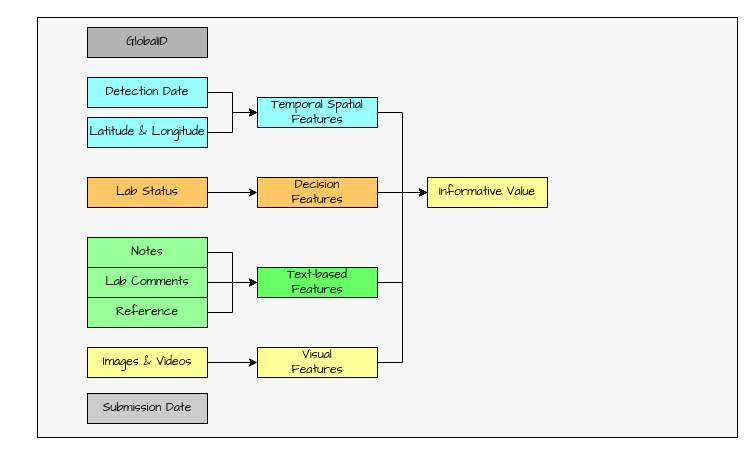
Earlier version of the draw.io diagram 4Output/workflow.drawio (yaohaizhou/MCM). Source tidied: cells renumbered, new cells numbered last; positions are measured from the earlier drawing's top-left corner, leaving out a move shared by most shapes. Both pictures are drawn from the tidied source at 100%, with x=0, y=0 at pixel (37, 17).
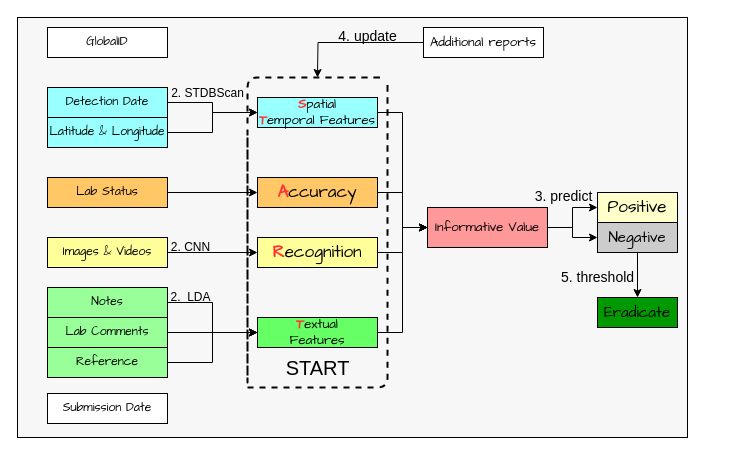
Above is the later version.

Change to the diagram source:
```diff
@@
     <mxCell id="2" style="rounded=0;whiteSpace=wrap;html=1;fillColor=#F7F7F7;fontFamily=Comic Sans MS;" parent="1" vertex="1">
-      <mxGeometry width="700" height="420" as="geometry" />
+      <mxGeometry x="-20" width="670" height="420" as="geometry" />
     </mxCell>
-    <mxCell id="3" value="GlobalID" style="rounded=0;whiteSpace=wrap;html=1;fillColor=#B3B3B3;fontFamily=Comic Sans MS;" parent="1" vertex="1">
-      <mxGeometry x="50" y="10" width="120" height="30" as="geometry" />
+    <mxCell id="3" value="GlobalID" style="rounded=0;whiteSpace=wrap;html=1;fillColor=#FFFFFF;fontFamily=Comic Sans MS;" parent="1" vertex="1">
+      <mxGeometry x="10" y="10" width="120" height="30" as="geometry" />
     </mxCell>
-    <mxCell id="4" style="edgeStyle=orthogonalEdgeStyle;rounded=0;jettySize=auto;html=1;exitX=1;exitY=0.5;exitDx=0;exitDy=0;entryX=0;entryY=0.5;entryDx=0;entryDy=0;fontFamily=Comic Sans MS;" parent="1" edge="1" source="5" target="18">
-      <mxGeometry relative="1" as="geometry" />
-    </mxCell>
     <mxCell id="5" value="Detection Date" style="rounded=0;whiteSpace=wrap;html=1;fillColor=#99FFFF;fontFamily=Comic Sans MS;" parent="1" vertex="1">
-      <mxGeometry x="50" y="60" width="120" height="30" as="geometry" />
+      <mxGeometry x="10" y="70" width="120" height="30" as="geometry" />
     </mxCell>
-    <mxCell id="6" style="edgeStyle=orthogonalEdgeStyle;rounded=0;jettySize=auto;html=1;exitX=1;exitY=0.5;exitDx=0;exitDy=0;entryX=0;entryY=0.5;entryDx=0;entryDy=0;fontFamily=Comic Sans MS;" parent="1" edge="1" source="7" target="20">
-      <mxGeometry relative="1" as="geometry" />
-    </mxCell>
     <mxCell id="7" value="Notes" style="rounded=0;whiteSpace=wrap;html=1;fillColor=#99FF99;fontFamily=Comic Sans MS;" parent="1" vertex="1">
-      <mxGeometry x="50" y="220" width="120" height="30" as="geometry" />
+      <mxGeometry x="10" y="270" width="120" height="30" as="geometry" />
     </mxCell>
-    <mxCell id="8" style="edgeStyle=orthogonalEdgeStyle;rounded=0;jettySize=auto;html=1;exitX=1;exitY=0.5;exitDx=0;exitDy=0;entryX=0;entryY=0.5;entryDx=0;entryDy=0;fontFamily=Comic Sans MS;" parent="1" edge="1" source="9" target="25">
-      <mxGeometry relative="1" as="geometry" />
-    </mxCell>
     <mxCell id="9" value="Lab Status" style="rounded=0;whiteSpace=wrap;html=1;fillColor=#FFC766;fontFamily=Comic Sans MS;" parent="1" vertex="1">
-      <mxGeometry x="50" y="160" width="120" height="30" as="geometry" />
+      <mxGeometry x="10" y="160" width="120" height="30" as="geometry" />
     </mxCell>
-    <mxCell id="10" style="edgeStyle=orthogonalEdgeStyle;rounded=0;jettySize=auto;html=1;exitX=1;exitY=0.5;exitDx=0;exitDy=0;fontFamily=Comic Sans MS;" parent="1" edge="1" source="11" target="20">
-      <mxGeometry relative="1" as="geometry" />
-    </mxCell>
     <mxCell id="11" value="Lab Comments" style="rounded=0;whiteSpace=wrap;html=1;fillColor=#99FF99;fontFamily=Comic Sans MS;" parent="1" vertex="1">
-      <mxGeometry x="50" y="250" width="120" height="30" as="geometry" />
+      <mxGeometry x="10" y="300" width="120" height="30" as="geometry" />
     </mxCell>
-    <mxCell id="12" value="Submission Date" style="rounded=0;whiteSpace=wrap;html=1;fillColor=#CCCCCC;fontFamily=Comic Sans MS;" parent="1" vertex="1">
-      <mxGeometry x="50" y="376" width="120" height="30" as="geometry" />
+    <mxCell id="12" value="Submission Date" style="rounded=0;whiteSpace=wrap;html=1;fillColor=#FFFFFF;fontFamily=Comic Sans MS;" parent="1" vertex="1">
+      <mxGeometry x="10" y="376" width="120" height="30" as="geometry" />
     </mxCell>
+    <mxCell id="14" value="Latitude &amp;amp; Longitude" style="rounded=0;whiteSpace=wrap;html=1;fillColor=#99FFFF;fontFamily=Comic Sans MS;" parent="1" vertex="1">
+      <mxGeometry x="10" y="100" width="120" height="30" as="geometry" />
+    </mxCell>
+    <mxCell id="16" value="Images &amp;amp; Videos" style="rounded=0;whiteSpace=wrap;html=1;fillColor=#FFFF99;fontFamily=Comic Sans MS;" parent="1" vertex="1">
+      <mxGeometry x="10" y="220" width="120" height="30" as="geometry" />
+    </mxCell>
+    <mxCell id="18" value="&lt;font style=&quot;font-size: 13px&quot;&gt;&lt;b&gt;&lt;font color=&quot;#ff3333&quot; style=&quot;font-size: 13px&quot;&gt;S&lt;/font&gt;&lt;/b&gt;patial&lt;br&gt;&lt;b&gt;&lt;font color=&quot;#ff3333&quot; style=&quot;font-size: 13px&quot;&gt;T&lt;/font&gt;&lt;/b&gt;emporal Features&lt;/font&gt;" style="rounded=0;whiteSpace=wrap;html=1;fillColor=#99FFFF;fontFamily=Comic Sans MS;" parent="1" vertex="1">
+      <mxGeometry x="220" y="80" width="120" height="30" as="geometry" />
+    </mxCell>
+    <mxCell id="4" style="edgeStyle=orthogonalEdgeStyle;rounded=0;jettySize=auto;html=1;exitX=1;exitY=0.5;exitDx=0;exitDy=0;entryX=0;entryY=0.5;entryDx=0;entryDy=0;fontFamily=Comic Sans MS;" parent="1" edge="1" source="5" target="18">
+      <mxGeometry x="80" y="190" as="geometry" />
+    </mxCell>
     <mxCell id="13" style="edgeStyle=orthogonalEdgeStyle;rounded=0;jettySize=auto;html=1;exitX=1;exitY=0.5;exitDx=0;exitDy=0;fontFamily=Comic Sans MS;" parent="1" edge="1" source="14" target="18">
-      <mxGeometry relative="1" as="geometry" />
+      <mxGeometry x="80" y="190" as="geometry" />
     </mxCell>
-    <mxCell id="14" value="Latitude &amp;amp; Longitude" style="rounded=0;whiteSpace=wrap;html=1;fillColor=#99FFFF;fontFamily=Comic Sans MS;" parent="1" vertex="1">
-      <mxGeometry x="50" y="100" width="120" height="30" as="geometry" />
-    </mxCell>
+    <mxCell id="20" value="&lt;font style=&quot;font-size: 13px&quot;&gt;&lt;b&gt;&lt;font color=&quot;#ff3333&quot; style=&quot;font-size: 13px&quot;&gt;T&lt;/font&gt;&lt;/b&gt;extual&lt;br&gt;Features&lt;/font&gt;" style="rounded=0;whiteSpace=wrap;html=1;fillColor=#66FF66;fontFamily=Comic Sans MS;" parent="1" vertex="1">
+      <mxGeometry x="220" y="300" width="120" height="30" as="geometry" />
+    </mxCell>
+    <mxCell id="6" style="edgeStyle=orthogonalEdgeStyle;rounded=0;jettySize=auto;html=1;exitX=1;exitY=0.5;exitDx=0;exitDy=0;" parent="1" edge="1" source="7" target="20">
+      <mxGeometry x="80" y="190" as="geometry" />
+    </mxCell>
+    <mxCell id="10" style="edgeStyle=orthogonalEdgeStyle;rounded=0;jettySize=auto;html=1;exitX=1;exitY=0.5;exitDx=0;exitDy=0;fontFamily=Comic Sans MS;" parent="1" edge="1" source="11" target="20">
+      <mxGeometry x="80" y="190" as="geometry" />
+    </mxCell>
+    <mxCell id="22" value="&lt;font style=&quot;font-size: 17px&quot;&gt;&lt;b&gt;&lt;font color=&quot;#ff3333&quot; style=&quot;font-size: 17px&quot;&gt;R&lt;/font&gt;&lt;/b&gt;ecognition&lt;/font&gt;" style="rounded=0;whiteSpace=wrap;html=1;fillColor=#FFFF99;fontFamily=Comic Sans MS;" parent="1" vertex="1">
+      <mxGeometry x="220" y="220" width="120" height="30" as="geometry" />
+    </mxCell>
     <mxCell id="15" style="edgeStyle=orthogonalEdgeStyle;rounded=0;jettySize=auto;html=1;exitX=1;exitY=0.5;exitDx=0;exitDy=0;entryX=0;entryY=0.5;entryDx=0;entryDy=0;fontFamily=Comic Sans MS;" parent="1" edge="1" source="16" target="22">
-      <mxGeometry relative="1" as="geometry" />
+      <mxGeometry x="80" y="190" as="geometry" />
     </mxCell>
-    <mxCell id="16" value="Images &amp;amp; Videos" style="rounded=0;whiteSpace=wrap;html=1;fillColor=#FFFF99;fontFamily=Comic Sans MS;" parent="1" vertex="1">
-      <mxGeometry x="50" y="330" width="120" height="30" as="geometry" />
-    </mxCell>
+    <mxCell id="23" value="&lt;font style=&quot;font-size: 13px&quot;&gt;Informative Value&lt;/font&gt;" style="rounded=0;whiteSpace=wrap;html=1;fillColor=#FF9999;fontFamily=Comic Sans MS;" parent="1" vertex="1">
+      <mxGeometry x="390" y="190" width="120" height="40" as="geometry" />
+    </mxCell>
     <mxCell id="17" style="edgeStyle=orthogonalEdgeStyle;rounded=0;jettySize=auto;html=1;exitX=1;exitY=0.5;exitDx=0;exitDy=0;entryX=0;entryY=0.5;entryDx=0;entryDy=0;fontFamily=Comic Sans MS;" parent="1" edge="1" source="18" target="23">
-      <mxGeometry relative="1" as="geometry" />
+      <mxGeometry x="80" y="190" as="geometry" />
     </mxCell>
-    <mxCell id="18" value="Temporal Spatial Features" style="rounded=0;whiteSpace=wrap;html=1;fillColor=#99FFFF;fontFamily=Comic Sans MS;" parent="1" vertex="1">
-      <mxGeometry x="220" y="80" width="120" height="30" as="geometry" />
-    </mxCell>
     <mxCell id="19" style="edgeStyle=orthogonalEdgeStyle;rounded=0;jettySize=auto;html=1;exitX=1;exitY=0.5;exitDx=0;exitDy=0;entryX=0;entryY=0.5;entryDx=0;entryDy=0;fontFamily=Comic Sans MS;" parent="1" edge="1" source="20" target="23">
-      <mxGeometry relative="1" as="geometry" />
+      <mxGeometry x="80" y="190" as="geometry" />
     </mxCell>
-    <mxCell id="20" value="Text-based&lt;br&gt;Features" style="rounded=0;whiteSpace=wrap;html=1;fillColor=#66FF66;fontFamily=Comic Sans MS;" parent="1" vertex="1">
-      <mxGeometry x="220" y="250" width="120" height="30" as="geometry" />
-    </mxCell>
     <mxCell id="21" style="edgeStyle=orthogonalEdgeStyle;rounded=0;jettySize=auto;html=1;exitX=1;exitY=0.5;exitDx=0;exitDy=0;entryX=0;entryY=0.5;entryDx=0;entryDy=0;fontFamily=Comic Sans MS;" parent="1" edge="1" source="22" target="23">
-      <mxGeometry relative="1" as="geometry" />
+      <mxGeometry x="80" y="190" as="geometry" />
     </mxCell>
-    <mxCell id="22" value="Visual&lt;br&gt;Features" style="rounded=0;whiteSpace=wrap;html=1;fillColor=#FFFF99;fontFamily=Comic Sans MS;" parent="1" vertex="1">
-      <mxGeometry x="220" y="330" width="120" height="30" as="geometry" />
-    </mxCell>
-    <mxCell id="23" value="Informative Value" style="rounded=0;whiteSpace=wrap;html=1;fillColor=#FFFF99;fontFamily=Comic Sans MS;" parent="1" vertex="1">
-      <mxGeometry x="390" y="160" width="120" height="30" as="geometry" />
-    </mxCell>
     <mxCell id="24" style="edgeStyle=orthogonalEdgeStyle;rounded=0;jettySize=auto;html=1;exitX=1;exitY=0.5;exitDx=0;exitDy=0;fontFamily=Comic Sans MS;" parent="1" edge="1" source="25" target="23">
-      <mxGeometry relative="1" as="geometry" />
+      <mxGeometry x="80" y="190" as="geometry" />
     </mxCell>
-    <mxCell id="25" value="Decision&lt;br&gt;Features" style="rounded=0;whiteSpace=wrap;html=1;fillColor=#FFC766;fontFamily=Comic Sans MS;" parent="1" vertex="1">
+    <mxCell id="25" value="&lt;font style=&quot;font-size: 17px&quot;&gt;&lt;b&gt;&lt;font color=&quot;#ff3333&quot; style=&quot;font-size: 17px&quot;&gt;A&lt;/font&gt;&lt;/b&gt;ccuracy&lt;/font&gt;" style="rounded=0;whiteSpace=wrap;html=1;fillColor=#FFC766;fontFamily=Comic Sans MS;" parent="1" vertex="1">
       <mxGeometry x="220" y="160" width="120" height="30" as="geometry" />
     </mxCell>
+    <mxCell id="8" style="edgeStyle=orthogonalEdgeStyle;rounded=0;jettySize=auto;html=1;exitX=1;exitY=0.5;exitDx=0;exitDy=0;entryX=0;entryY=0.5;entryDx=0;entryDy=0;fontFamily=Comic Sans MS;" parent="1" edge="1" source="9" target="25">
+      <mxGeometry x="80" y="190" as="geometry" />
+    </mxCell>
     <mxCell id="26" style="edgeStyle=orthogonalEdgeStyle;rounded=0;jettySize=auto;html=1;exitX=1;exitY=0.5;exitDx=0;exitDy=0;entryX=0;entryY=0.5;entryDx=0;entryDy=0;fontFamily=Comic Sans MS;" parent="1" edge="1" source="27" target="20">
-      <mxGeometry relative="1" as="geometry" />
+      <mxGeometry x="80" y="190" as="geometry" />
     </mxCell>
     <mxCell id="27" value="Reference" style="rounded=0;whiteSpace=wrap;html=1;fillColor=#99FF99;fontFamily=Comic Sans MS;" parent="1" vertex="1">
-      <mxGeometry x="50" y="280" width="120" height="30" as="geometry" />
+      <mxGeometry x="10" y="330" width="120" height="30" as="geometry" />
     </mxCell>
+    <mxCell id="28" style="endArrow=none;dashed=1;html=1;strokeWidth=2;" parent="1" edge="1">
+      <mxGeometry x="80" y="190" as="geometry">
+        <mxPoint x="210" y="370" as="sourcePoint" />
+        <mxPoint x="350" y="220" as="targetPoint" />
+        <Array as="points">
+          <mxPoint x="210" y="370" />
+          <mxPoint x="280" y="370" />
+          <mxPoint x="350" y="370" />
+          <mxPoint x="350" y="60" />
+        </Array>
+      </mxGeometry>
+    </mxCell>
+    <mxCell id="29" style="endArrow=none;dashed=1;html=1;strokeWidth=2;" parent="1" edge="1">
+      <mxGeometry x="80" y="190" as="geometry">
+        <mxPoint x="210" y="120" as="sourcePoint" />
+        <mxPoint x="290" y="60" as="targetPoint" />
+        <Array as="points">
+          <mxPoint x="210" y="370" />
+          <mxPoint x="210" y="60" />
+          <mxPoint x="350" y="60" />
+        </Array>
+      </mxGeometry>
+    </mxCell>
+    <mxCell id="30" value="&lt;font style=&quot;font-size: 20px&quot;&gt;START&lt;/font&gt;" style="text;html=1;align=center;verticalAlign=middle;fillColor=none;strokeColor=none;rounded=0;" parent="1" vertex="1">
+      <mxGeometry x="240" y="340" width="80" height="20" as="geometry" />
+    </mxCell>
+    <mxCell id="31" value="&lt;font style=&quot;font-size: 15px&quot;&gt;Negative&lt;/font&gt;" style="rounded=0;whiteSpace=wrap;html=1;fillColor=#CCCCCC;fontFamily=Comic Sans MS;" parent="1" vertex="1">
+      <mxGeometry x="560" y="205" width="80" height="30" as="geometry" />
+    </mxCell>
+    <mxCell id="32" style="edgeStyle=orthogonalEdgeStyle;rounded=0;jettySize=auto;html=1;exitX=1;exitY=0.5;exitDx=0;exitDy=0;entryX=0;entryY=0.5;entryDx=0;entryDy=0;" parent="1" edge="1" source="23" target="31">
+      <mxGeometry x="80" y="190" as="geometry" />
+    </mxCell>
+    <mxCell id="33" value="&lt;font style=&quot;font-size: 17px&quot;&gt;Positive&lt;/font&gt;" style="rounded=0;whiteSpace=wrap;html=1;fillColor=#FFFFCC;fontFamily=Comic Sans MS;" parent="1" vertex="1">
+      <mxGeometry x="560" y="175" width="80" height="30" as="geometry" />
+    </mxCell>
+    <mxCell id="34" style="edgeStyle=orthogonalEdgeStyle;rounded=0;jettySize=auto;html=1;exitX=1;exitY=0.5;exitDx=0;exitDy=0;" parent="1" edge="1" source="23" target="33">
+      <mxGeometry x="80" y="190" as="geometry" />
+    </mxCell>
+    <mxCell id="35" value="&lt;font style=&quot;font-size: 14px&quot;&gt;3. predict&lt;/font&gt;" style="text;html=1;align=center;verticalAlign=middle;fillColor=none;strokeColor=none;rounded=0;" parent="1" vertex="1">
+      <mxGeometry x="491" y="169" width="70" height="20" as="geometry" />
+    </mxCell>
+    <mxCell id="36" value="&lt;font style=&quot;font-size: 12px&quot;&gt;2. STDBScan&lt;/font&gt;" style="text;html=1;align=center;verticalAlign=middle;fillColor=none;strokeColor=none;rounded=0;" parent="1" vertex="1">
+      <mxGeometry x="125" y="66" width="90" height="20" as="geometry" />
+    </mxCell>
+    <mxCell id="37" value="&lt;font style=&quot;font-size: 12px&quot;&gt;2. CNN&lt;/font&gt;" style="text;html=1;align=center;verticalAlign=middle;fillColor=none;strokeColor=none;rounded=0;" parent="1" vertex="1">
+      <mxGeometry x="128" y="220" width="50" height="20" as="geometry" />
+    </mxCell>
+    <mxCell id="38" value="&lt;font style=&quot;font-size: 12px&quot;&gt;2.&amp;nbsp; LDA&lt;/font&gt;" style="text;html=1;align=center;verticalAlign=middle;fillColor=none;strokeColor=none;rounded=0;" parent="1" vertex="1">
+      <mxGeometry x="123" y="270" width="60" height="20" as="geometry" />
+    </mxCell>
+    <mxCell id="39" style="edgeStyle=orthogonalEdgeStyle;rounded=0;jettySize=auto;html=1;exitX=0;exitY=0.5;exitDx=0;exitDy=0;" parent="1" edge="1" source="40">
+      <mxGeometry x="80" y="190" as="geometry">
+        <mxPoint x="280" y="60" as="targetPoint" />
+      </mxGeometry>
+    </mxCell>
+    <mxCell id="40" value="&lt;font style=&quot;font-size: 13px&quot;&gt;Additional reports&lt;/font&gt;" style="rounded=0;whiteSpace=wrap;html=1;fillColor=#FFFFFF;fontFamily=Comic Sans MS;" parent="1" vertex="1">
+      <mxGeometry x="386" y="10" width="120" height="30" as="geometry" />
+    </mxCell>
+    <mxCell id="41" value="&lt;font style=&quot;font-size: 14px&quot;&gt;4. update&lt;/font&gt;" style="text;html=1;align=center;verticalAlign=middle;fillColor=none;strokeColor=none;rounded=0;" parent="1" vertex="1">
+      <mxGeometry x="295" y="9" width="70" height="20" as="geometry" />
+    </mxCell>
+    <mxCell id="42" value="&lt;font style=&quot;font-size: 15px&quot;&gt;Eradicate&lt;/font&gt;" style="rounded=0;whiteSpace=wrap;html=1;fillColor=#009900;fontFamily=Comic Sans MS;" parent="1" vertex="1">
+      <mxGeometry x="560" y="280" width="80" height="30" as="geometry" />
+    </mxCell>
+    <mxCell id="43" style="edgeStyle=orthogonalEdgeStyle;rounded=0;jettySize=auto;html=1;fontSize=16;" parent="1" edge="1" source="31" target="42">
+      <mxGeometry x="80" y="190" as="geometry" />
+    </mxCell>
+    <mxCell id="44" value="&lt;font style=&quot;font-size: 14px&quot;&gt;5. threshold&lt;/font&gt;" style="text;html=1;align=center;verticalAlign=middle;fillColor=none;strokeColor=none;rounded=0;" parent="1" vertex="1">
+      <mxGeometry x="515" y="250" width="90" height="20" as="geometry" />
+    </mxCell>
```
